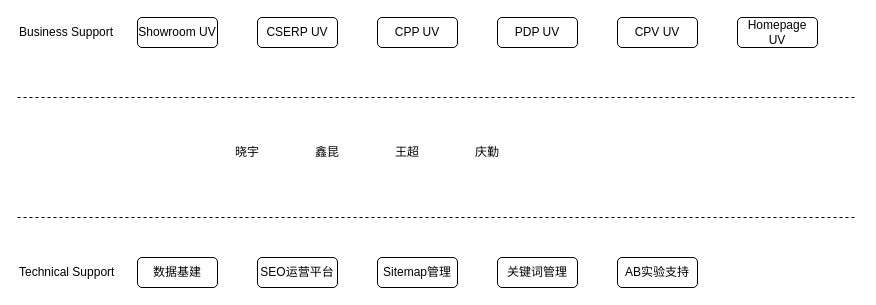
VisableHarry/seo-drawio keeps this draw.io diagram as drawio/团队分工.drawio. Above is the earlier version. Source tidied: cells renumbered, new cells numbered last; positions are measured from the earlier drawing's top-left corner, leaving out a move shared by most shapes. Both pictures are drawn from the tidied source at 100%, with x=0, y=0 at pixel (17, 17).
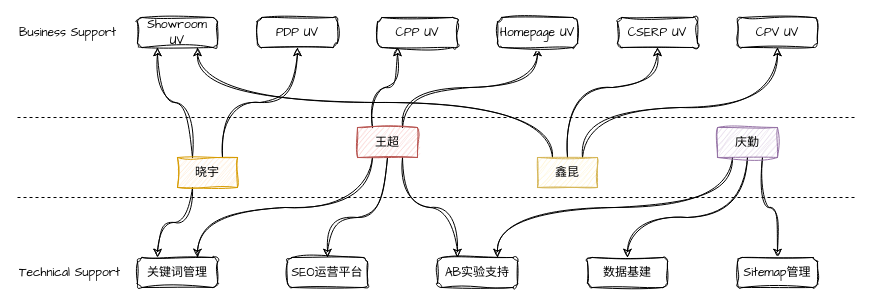
Above is the later version.

Commit message (it also covers changes not shown here):
更新团队分工.drawio

What changed in the source:
```diff
@@
-    <mxCell id="2" value="Business Support" style="text;html=1;whiteSpace=wrap;strokeColor=none;fillColor=none;align=left;verticalAlign=middle;rounded=0;" parent="1" vertex="1">
+    <mxCell id="2" value="&lt;font face=&quot;Comic Sans MS&quot;&gt;Business Support&lt;/font&gt;" style="text;html=1;whiteSpace=wrap;strokeColor=none;fillColor=none;align=left;verticalAlign=middle;rounded=0;sketch=1;curveFitting=1;jiggle=2;" parent="1" vertex="1">
       <mxGeometry width="150" height="30" as="geometry" />
     </mxCell>
-    <mxCell id="3" value="Technical Support" style="text;html=1;whiteSpace=wrap;strokeColor=none;fillColor=none;align=left;verticalAlign=middle;rounded=0;" parent="1" vertex="1">
+    <mxCell id="3" value="&lt;font face=&quot;Comic Sans MS&quot;&gt;Technical Support&lt;/font&gt;" style="text;html=1;whiteSpace=wrap;strokeColor=none;fillColor=none;align=left;verticalAlign=middle;rounded=0;sketch=1;curveFitting=1;jiggle=2;" parent="1" vertex="1">
       <mxGeometry y="240" width="150" height="30" as="geometry" />
     </mxCell>
     <mxCell id="4" style="endArrow=none;dashed=1;html=1;rounded=0;" parent="1" edge="1">
       <mxGeometry relative="1" as="geometry">
-        <mxPoint y="80" as="sourcePoint" />
-        <mxPoint x="840" y="80" as="targetPoint" />
+        <mxPoint y="100" as="sourcePoint" />
+        <mxPoint x="840" y="100" as="targetPoint" />
       </mxGeometry>
     </mxCell>
     <mxCell id="5" style="endArrow=none;dashed=1;html=1;rounded=0;" parent="1" edge="1">
       <mxGeometry relative="1" as="geometry">
-        <mxPoint y="200" as="sourcePoint" />
-        <mxPoint x="840" y="200" as="targetPoint" />
+        <mxPoint y="180" as="sourcePoint" />
+        <mxPoint x="840" y="180" as="targetPoint" />
       </mxGeometry>
     </mxCell>
+    <mxCell id="21" style="edgeStyle=orthogonalEdgeStyle;rounded=0;jettySize=auto;html=1;exitX=0.25;exitY=0;exitDx=0;exitDy=0;entryX=0.25;entryY=1;entryDx=0;entryDy=0;curved=1;sketch=1;curveFitting=1;jiggle=2;" parent="1" edge="1" source="6" target="10">
+      <mxGeometry relative="1" as="geometry" />
+    </mxCell>
+    <mxCell id="22" style="edgeStyle=orthogonalEdgeStyle;rounded=0;jettySize=auto;html=1;exitX=0.25;exitY=1;exitDx=0;exitDy=0;curved=1;entryX=0.25;entryY=0;entryDx=0;entryDy=0;sketch=1;curveFitting=1;jiggle=2;" parent="1" edge="1" source="6" target="19">
+      <mxGeometry relative="1" as="geometry" />
+    </mxCell>
+    <mxCell id="23" style="edgeStyle=orthogonalEdgeStyle;rounded=0;jettySize=auto;html=1;exitX=0.75;exitY=0;exitDx=0;exitDy=0;curved=1;sketch=1;curveFitting=1;jiggle=2;" parent="1" edge="1" source="6" target="13">
+      <mxGeometry relative="1" as="geometry" />
+    </mxCell>
-    <mxCell id="6" value="晓宇" style="text;html=1;whiteSpace=wrap;strokeColor=none;fillColor=none;align=center;verticalAlign=middle;rounded=0;" parent="1" vertex="1">
-      <mxGeometry x="200" y="120" width="60" height="30" as="geometry" />
+    <mxCell id="6" value="晓宇" style="text;html=1;whiteSpace=wrap;strokeColor=#d79b00;fillColor=#ffe6cc;align=center;verticalAlign=middle;rounded=0;sketch=1;curveFitting=1;jiggle=2;" parent="1" vertex="1">
+      <mxGeometry x="160" y="140" width="60" height="30" as="geometry" />
     </mxCell>
+    <mxCell id="24" style="edgeStyle=orthogonalEdgeStyle;rounded=0;jettySize=auto;html=1;exitX=0.25;exitY=0;exitDx=0;exitDy=0;entryX=0.25;entryY=1;entryDx=0;entryDy=0;curved=1;sketch=1;curveFitting=1;jiggle=2;" parent="1" edge="1" source="7" target="12">
+      <mxGeometry relative="1" as="geometry" />
+    </mxCell>
+    <mxCell id="25" style="edgeStyle=orthogonalEdgeStyle;rounded=0;jettySize=auto;html=1;exitX=0.75;exitY=0;exitDx=0;exitDy=0;curved=1;sketch=1;curveFitting=1;jiggle=2;" parent="1" edge="1" source="7" target="14">
+      <mxGeometry relative="1" as="geometry" />
+    </mxCell>
+    <mxCell id="26" style="edgeStyle=orthogonalEdgeStyle;rounded=0;jettySize=auto;html=1;exitX=0.75;exitY=1;exitDx=0;exitDy=0;entryX=0.25;entryY=0;entryDx=0;entryDy=0;curved=1;sketch=1;curveFitting=1;jiggle=2;" parent="1" edge="1" source="7" target="20">
+      <mxGeometry relative="1" as="geometry" />
+    </mxCell>
+    <mxCell id="27" style="edgeStyle=orthogonalEdgeStyle;rounded=0;jettySize=auto;html=1;exitX=0.25;exitY=1;exitDx=0;exitDy=0;entryX=0.75;entryY=0;entryDx=0;entryDy=0;curved=1;sketch=1;curveFitting=1;jiggle=2;" parent="1" edge="1" source="7" target="19">
+      <mxGeometry relative="1" as="geometry" />
+    </mxCell>
+    <mxCell id="28" style="edgeStyle=orthogonalEdgeStyle;rounded=0;jettySize=auto;html=1;exitX=0.5;exitY=1;exitDx=0;exitDy=0;entryX=0.5;entryY=0;entryDx=0;entryDy=0;curved=1;sketch=1;curveFitting=1;jiggle=2;" parent="1" edge="1" source="7" target="18">
+      <mxGeometry relative="1" as="geometry">
+        <Array as="points">
+          <mxPoint x="370" y="200" />
+          <mxPoint x="310" y="200" />
+        </Array>
+      </mxGeometry>
+    </mxCell>
-    <mxCell id="7" value="王超" style="text;html=1;whiteSpace=wrap;strokeColor=none;fillColor=none;align=center;verticalAlign=middle;rounded=0;" parent="1" vertex="1">
-      <mxGeometry x="360" y="120" width="60" height="30" as="geometry" />
+    <mxCell id="7" value="王超" style="text;html=1;whiteSpace=wrap;strokeColor=#b85450;fillColor=#f8cecc;align=center;verticalAlign=middle;rounded=0;sketch=1;curveFitting=1;jiggle=2;" parent="1" vertex="1">
+      <mxGeometry x="340" y="110" width="60" height="30" as="geometry" />
     </mxCell>
+    <mxCell id="29" style="edgeStyle=orthogonalEdgeStyle;rounded=0;jettySize=auto;html=1;exitX=0.25;exitY=0;exitDx=0;exitDy=0;entryX=0.75;entryY=1;entryDx=0;entryDy=0;curved=1;sketch=1;curveFitting=1;jiggle=2;" parent="1" edge="1" source="8" target="10">
+      <mxGeometry relative="1" as="geometry" />
+    </mxCell>
+    <mxCell id="30" style="edgeStyle=orthogonalEdgeStyle;rounded=0;jettySize=auto;html=1;exitX=0.5;exitY=0;exitDx=0;exitDy=0;entryX=0.5;entryY=1;entryDx=0;entryDy=0;curved=1;sketch=1;curveFitting=1;jiggle=2;" parent="1" edge="1" source="8" target="11">
+      <mxGeometry relative="1" as="geometry">
+        <Array as="points">
+          <mxPoint x="550" y="70" />
+          <mxPoint x="640" y="70" />
+        </Array>
+      </mxGeometry>
+    </mxCell>
+    <mxCell id="31" style="edgeStyle=orthogonalEdgeStyle;rounded=0;jettySize=auto;html=1;exitX=0.75;exitY=0;exitDx=0;exitDy=0;entryX=0.5;entryY=1;entryDx=0;entryDy=0;curved=1;sketch=1;curveFitting=1;jiggle=2;" parent="1" edge="1" source="8" target="15">
+      <mxGeometry relative="1" as="geometry">
+        <Array as="points">
+          <mxPoint x="565" y="90" />
+          <mxPoint x="760" y="90" />
+        </Array>
+      </mxGeometry>
+    </mxCell>
-    <mxCell id="8" value="鑫昆" style="text;html=1;whiteSpace=wrap;strokeColor=none;fillColor=none;align=center;verticalAlign=middle;rounded=0;" parent="1" vertex="1">
-      <mxGeometry x="280" y="120" width="60" height="30" as="geometry" />
+    <mxCell id="8" value="鑫昆" style="text;html=1;whiteSpace=wrap;strokeColor=#d6b656;fillColor=#fff2cc;align=center;verticalAlign=middle;rounded=0;sketch=1;curveFitting=1;jiggle=2;" parent="1" vertex="1">
+      <mxGeometry x="520" y="140" width="60" height="30" as="geometry" />
     </mxCell>
+    <mxCell id="32" style="edgeStyle=orthogonalEdgeStyle;rounded=0;jettySize=auto;html=1;exitX=0.25;exitY=1;exitDx=0;exitDy=0;entryX=0.75;entryY=0;entryDx=0;entryDy=0;curved=1;sketch=1;curveFitting=1;jiggle=2;" parent="1" edge="1" source="9" target="20">
+      <mxGeometry relative="1" as="geometry" />
+    </mxCell>
+    <mxCell id="33" style="edgeStyle=orthogonalEdgeStyle;rounded=0;jettySize=auto;html=1;exitX=0.5;exitY=1;exitDx=0;exitDy=0;entryX=0.5;entryY=0;entryDx=0;entryDy=0;curved=1;sketch=1;curveFitting=1;jiggle=2;" parent="1" edge="1" source="9" target="16">
+      <mxGeometry relative="1" as="geometry">
+        <Array as="points">
+          <mxPoint x="730" y="200" />
+          <mxPoint x="610" y="200" />
+        </Array>
+      </mxGeometry>
+    </mxCell>
+    <mxCell id="34" style="edgeStyle=orthogonalEdgeStyle;rounded=0;jettySize=auto;html=1;exitX=0.75;exitY=1;exitDx=0;exitDy=0;curved=1;sketch=1;curveFitting=1;jiggle=2;" parent="1" edge="1" source="9" target="17">
+      <mxGeometry relative="1" as="geometry" />
+    </mxCell>
-    <mxCell id="9" value="庆勤" style="text;html=1;whiteSpace=wrap;strokeColor=none;fillColor=none;align=center;verticalAlign=middle;rounded=0;" parent="1" vertex="1">
-      <mxGeometry x="440" y="120" width="60" height="30" as="geometry" />
+    <mxCell id="9" value="庆勤" style="text;html=1;whiteSpace=wrap;strokeColor=#9673a6;fillColor=#e1d5e7;align=center;verticalAlign=middle;rounded=0;sketch=1;curveFitting=1;jiggle=2;" parent="1" vertex="1">
+      <mxGeometry x="700" y="110" width="60" height="30" as="geometry" />
     </mxCell>
-    <mxCell id="10" value="Showroom UV" style="rounded=1;whiteSpace=wrap;html=1;" parent="1" vertex="1">
+    <mxCell id="10" value="&lt;font face=&quot;Comic Sans MS&quot;&gt;Showroom UV&lt;/font&gt;" style="rounded=1;whiteSpace=wrap;html=1;sketch=1;curveFitting=1;jiggle=2;" parent="1" vertex="1">
       <mxGeometry x="120" width="80" height="30" as="geometry" />
     </mxCell>
-    <mxCell id="11" value="CSERP UV" style="rounded=1;whiteSpace=wrap;html=1;" parent="1" vertex="1">
-      <mxGeometry x="240" width="80" height="30" as="geometry" />
+    <mxCell id="11" value="&lt;font face=&quot;Comic Sans MS&quot;&gt;CSERP UV&lt;/font&gt;" style="rounded=1;whiteSpace=wrap;html=1;sketch=1;curveFitting=1;jiggle=2;" parent="1" vertex="1">
+      <mxGeometry x="600" width="80" height="30" as="geometry" />
     </mxCell>
-    <mxCell id="12" value="CPP UV" style="rounded=1;whiteSpace=wrap;html=1;" parent="1" vertex="1">
+    <mxCell id="12" value="&lt;font face=&quot;Comic Sans MS&quot;&gt;CPP UV&lt;/font&gt;" style="rounded=1;whiteSpace=wrap;html=1;sketch=1;curveFitting=1;jiggle=2;" parent="1" vertex="1">
       <mxGeometry x="360" width="80" height="30" as="geometry" />
     </mxCell>
-    <mxCell id="13" value="PDP UV" style="rounded=1;whiteSpace=wrap;html=1;" parent="1" vertex="1">
-      <mxGeometry x="480" width="80" height="30" as="geometry" />
+    <mxCell id="13" value="&lt;font face=&quot;Comic Sans MS&quot;&gt;PDP UV&lt;/font&gt;" style="rounded=1;whiteSpace=wrap;html=1;sketch=1;curveFitting=1;jiggle=2;" parent="1" vertex="1">
+      <mxGeometry x="240" width="80" height="30" as="geometry" />
     </mxCell>
-    <mxCell id="14" value="Homepage UV" style="rounded=1;whiteSpace=wrap;html=1;" parent="1" vertex="1">
-      <mxGeometry x="720" width="80" height="30" as="geometry" />
+    <mxCell id="14" value="&lt;font face=&quot;Comic Sans MS&quot;&gt;Homepage UV&lt;/font&gt;" style="rounded=1;whiteSpace=wrap;html=1;sketch=1;curveFitting=1;jiggle=2;" parent="1" vertex="1">
+      <mxGeometry x="480" width="80" height="30" as="geometry" />
     </mxCell>
-    <mxCell id="15" value="CPV UV" style="rounded=1;whiteSpace=wrap;html=1;" parent="1" vertex="1">
-      <mxGeometry x="600" width="80" height="30" as="geometry" />
+    <mxCell id="15" value="&lt;font face=&quot;Comic Sans MS&quot;&gt;CPV UV&lt;/font&gt;" style="rounded=1;whiteSpace=wrap;html=1;sketch=1;curveFitting=1;jiggle=2;" parent="1" vertex="1">
+      <mxGeometry x="720" width="80" height="30" as="geometry" />
     </mxCell>
-    <mxCell id="16" value="数据基建" style="rounded=1;whiteSpace=wrap;html=1;" parent="1" vertex="1">
-      <mxGeometry x="120" y="240" width="80" height="30" as="geometry" />
+    <mxCell id="16" value="&lt;font face=&quot;Comic Sans MS&quot;&gt;数据基建&lt;/font&gt;" style="rounded=1;whiteSpace=wrap;html=1;sketch=1;curveFitting=1;jiggle=2;" parent="1" vertex="1">
+      <mxGeometry x="570" y="240" width="80" height="30" as="geometry" />
     </mxCell>
-    <mxCell id="17" value="Sitemap管理" style="rounded=1;whiteSpace=wrap;html=1;" parent="1" vertex="1">
-      <mxGeometry x="360" y="240" width="80" height="30" as="geometry" />
+    <mxCell id="17" value="&lt;font face=&quot;Comic Sans MS&quot;&gt;Sitemap管理&lt;/font&gt;" style="rounded=1;whiteSpace=wrap;html=1;sketch=1;curveFitting=1;jiggle=2;" parent="1" vertex="1">
+      <mxGeometry x="720" y="240" width="80" height="30" as="geometry" />
     </mxCell>
-    <mxCell id="18" value="SEO运营平台" style="rounded=1;whiteSpace=wrap;html=1;" parent="1" vertex="1">
-      <mxGeometry x="240" y="240" width="80" height="30" as="geometry" />
+    <mxCell id="18" value="&lt;font face=&quot;Comic Sans MS&quot;&gt;SEO运营平台&lt;/font&gt;" style="rounded=1;whiteSpace=wrap;html=1;sketch=1;curveFitting=1;jiggle=2;" parent="1" vertex="1">
+      <mxGeometry x="270" y="240" width="80" height="30" as="geometry" />
     </mxCell>
-    <mxCell id="19" value="关键词管理" style="rounded=1;whiteSpace=wrap;html=1;" parent="1" vertex="1">
-      <mxGeometry x="480" y="240" width="80" height="30" as="geometry" />
+    <mxCell id="19" value="&lt;font face=&quot;Comic Sans MS&quot;&gt;关键词管理&lt;/font&gt;" style="rounded=1;whiteSpace=wrap;html=1;sketch=1;curveFitting=1;jiggle=2;" parent="1" vertex="1">
+      <mxGeometry x="120" y="240" width="80" height="30" as="geometry" />
     </mxCell>
-    <mxCell id="20" value="AB实验支持" style="rounded=1;whiteSpace=wrap;html=1;" parent="1" vertex="1">
-      <mxGeometry x="600" y="240" width="80" height="30" as="geometry" />
+    <mxCell id="20" value="&lt;font face=&quot;Comic Sans MS&quot;&gt;AB实验支持&lt;/font&gt;" style="rounded=1;whiteSpace=wrap;html=1;sketch=1;curveFitting=1;jiggle=2;" parent="1" vertex="1">
+      <mxGeometry x="420" y="240" width="80" height="30" as="geometry" />
     </mxCell>
```
